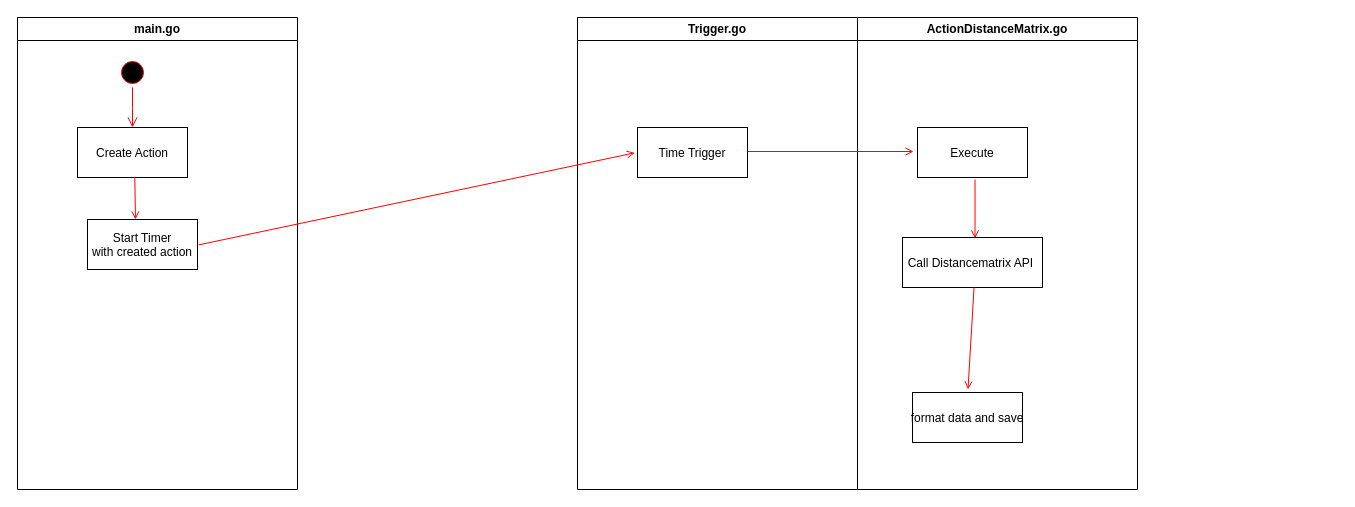
The draw.io diagram page "Activity" (1 of 2) of Untitled Diagram.drawio in final000/go-test-tyu, before the edit. Source tidied: cells renumbered, new cells numbered last; positions are measured from the earlier drawing's top-left corner, leaving out a move shared by most shapes. Both pictures are drawn from the tidied source at 100%, with x=0, y=0 at pixel (17, 17).
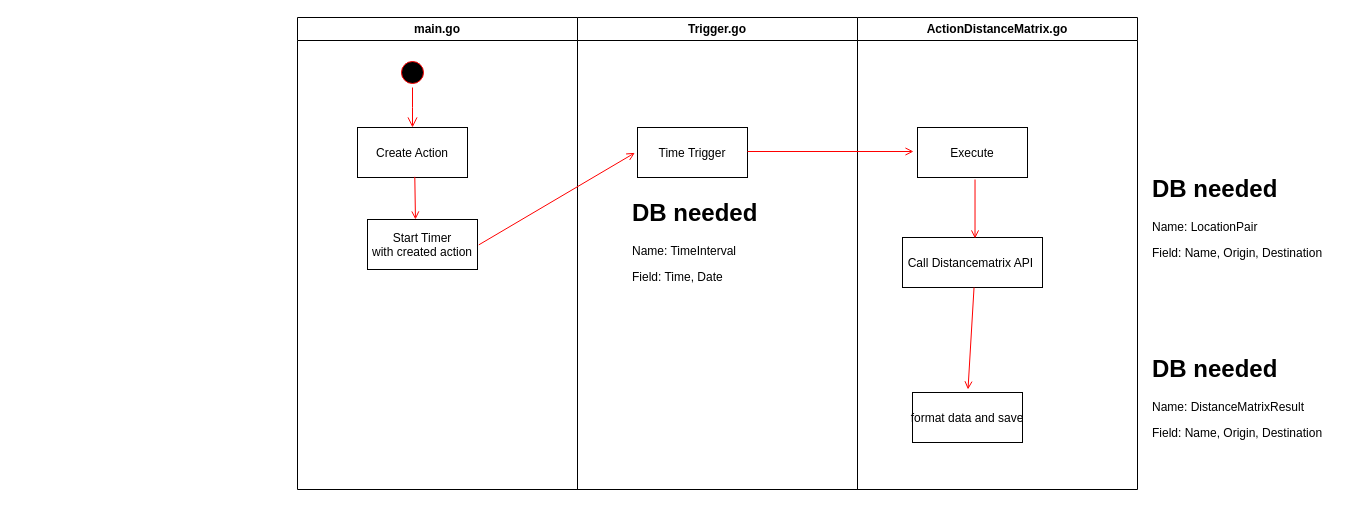
After the change.

The change refers to these unchanged cells:
```xml
<mxCell id="2" value="Trigger.go" style="swimlane;whiteSpace=wrap;" parent="1" vertex="1">
  <mxGeometry x="560" width="280" height="472" as="geometry" />
</mxCell>
```

Diff of the diagram source:
```diff
@@
+    <mxCell id="18" value="&lt;h1&gt;DB needed&lt;/h1&gt;&lt;p&gt;Name: TimeInterval&amp;nbsp;&lt;/p&gt;&lt;p&gt;Field: Time, Date&amp;nbsp;&lt;/p&gt;" style="text;html=1;strokeColor=none;fillColor=none;spacing=5;spacingTop=-20;whiteSpace=wrap;overflow=hidden;rounded=0;" parent="2" vertex="1">
+      <mxGeometry x="50" y="176" width="190" height="120" as="geometry" />
+    </mxCell>
     <mxCell id="4" value="main.go" style="swimlane;whiteSpace=wrap;" parent="1" vertex="1">
-      <mxGeometry width="280" height="472" as="geometry" />
+      <mxGeometry x="280" width="280" height="472" as="geometry" />
     </mxCell>
@@
+    <mxCell id="19" value="&lt;h1&gt;DB needed&lt;/h1&gt;&lt;p&gt;Name: LocationPair&amp;nbsp;&lt;/p&gt;&lt;p&gt;Field: Name, Origin, Destination&amp;nbsp;&lt;/p&gt;" style="text;html=1;strokeColor=none;fillColor=none;spacing=5;spacingTop=-20;whiteSpace=wrap;overflow=hidden;rounded=0;" parent="1" vertex="1">
+      <mxGeometry x="1130" y="152" width="190" height="120" as="geometry" />
+    </mxCell>
+    <mxCell id="20" value="&lt;h1&gt;DB needed&lt;/h1&gt;&lt;p&gt;Name: DistanceMatrixResult&amp;nbsp;&lt;/p&gt;&lt;p&gt;Field: Name, Origin, Destination&amp;nbsp;&lt;/p&gt;" style="text;html=1;strokeColor=none;fillColor=none;spacing=5;spacingTop=-20;whiteSpace=wrap;overflow=hidden;rounded=0;" parent="1" vertex="1">
+      <mxGeometry x="1130" y="332" width="190" height="120" as="geometry" />
+    </mxCell>
```
